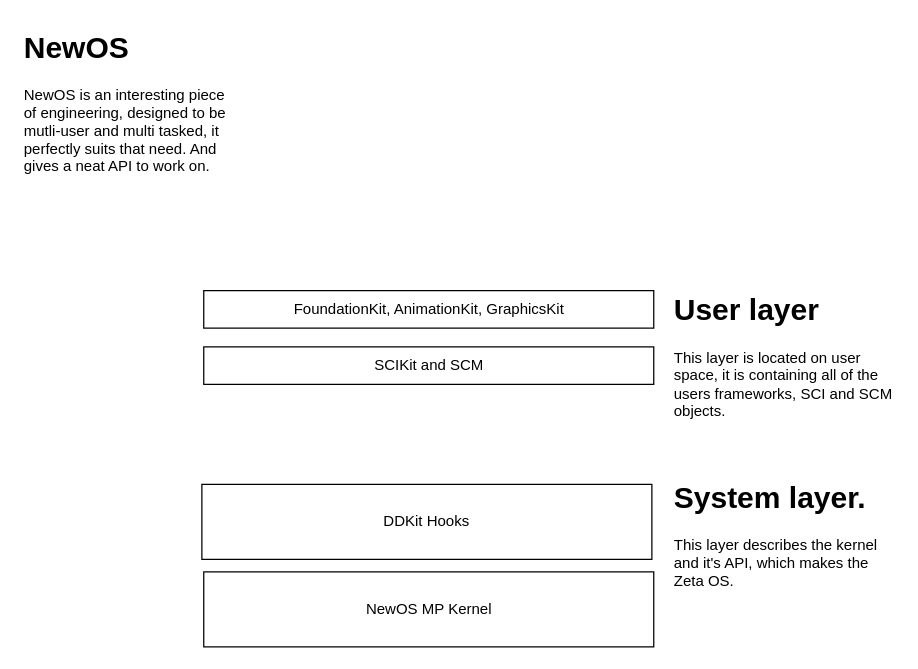
nekernel-org/nekernel keeps this draw.io diagram as Meta/OS-Design.drawio. Above is the earlier version. Source tidied: cells renumbered, new cells numbered last; positions are measured from the earlier drawing's top-left corner, leaving out a move shared by most shapes. Both pictures are drawn from the tidied source at 125%, with x=0, y=0 at pixel (21, 21).
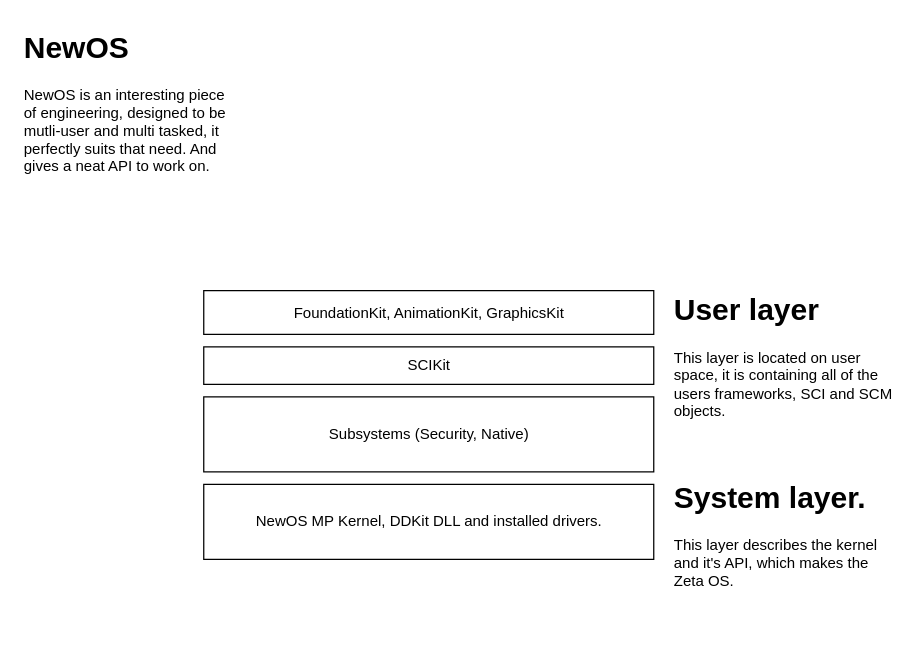
The same diagram, later.

The edit, as a diff of the source:
```diff
@@
 <mxGraphModel>
   <root>
     <mxCell id="0" />
     <mxCell id="1" parent="0" />
-    <mxCell id="2" value="DDKit Hooks" style="rounded=0;whiteSpace=wrap;html=1;" parent="1" vertex="1">
-      <mxGeometry x="144" y="370" width="360" height="60" as="geometry" />
-    </mxCell>
-    <mxCell id="3" value="SCIKit and SCM" style="rounded=0;whiteSpace=wrap;html=1;" parent="1" vertex="1">
+    <mxCell id="3" value="SCIKit" style="rounded=0;whiteSpace=wrap;html=1;" parent="1" vertex="1">
       <mxGeometry x="145.5" y="260" width="360" height="30" as="geometry" />
     </mxCell>
     <mxCell id="4" value="FoundationKit, AnimationKit, GraphicsKit" style="rounded=0;whiteSpace=wrap;html=1;" parent="1" vertex="1">
-      <mxGeometry x="145.5" y="215" width="360" height="30" as="geometry" />
+      <mxGeometry x="145.5" y="215" width="360" height="35" as="geometry" />
     </mxCell>
     <mxCell id="5" value="&lt;h1 style=&quot;margin-top: 0px;&quot;&gt;System layer.&lt;/h1&gt;&lt;p&gt;This layer describes the kernel and it's API, which makes the Zeta OS.&lt;/p&gt;" style="text;html=1;whiteSpace=wrap;overflow=hidden;rounded=0;" parent="1" vertex="1">
       <mxGeometry x="520" y="360" width="180" height="120" as="geometry" />
     </mxCell>
-    <mxCell id="6" value="NewOS MP Kernel" style="rounded=0;whiteSpace=wrap;html=1;" parent="1" vertex="1">
-      <mxGeometry x="145.5" y="440" width="360" height="60" as="geometry" />
+    <mxCell id="6" value="NewOS MP Kernel, DDKit&amp;nbsp;DLL and installed drivers." style="rounded=0;whiteSpace=wrap;html=1;" parent="1" vertex="1">
+      <mxGeometry x="145.5" y="370" width="360" height="60" as="geometry" />
     </mxCell>
     <mxCell id="7" value="&lt;h1 style=&quot;margin-top: 0px;&quot;&gt;User layer&lt;/h1&gt;&lt;div&gt;This layer is located on user space, it is containing all of the users frameworks, SCI and SCM objects.&lt;/div&gt;" style="text;html=1;whiteSpace=wrap;overflow=hidden;rounded=0;" parent="1" vertex="1">
       <mxGeometry x="520" y="210" width="180" height="120" as="geometry" />
     </mxCell>
     <mxCell id="8" value="&lt;h1 style=&quot;margin-top: 0px;&quot;&gt;NewOS&lt;/h1&gt;&lt;div&gt;NewOS is an interesting piece&lt;/div&gt;&lt;div&gt;of engineering, designed to be mutli-user and multi tasked, it perfectly suits that need. And gives a neat API to work on.&lt;/div&gt;" style="text;html=1;whiteSpace=wrap;overflow=hidden;rounded=0;" parent="1" vertex="1">
       <mxGeometry width="180" height="130" as="geometry" />
     </mxCell>
+    <mxCell id="9" value="Subsystems (Security, Native)" style="rounded=0;whiteSpace=wrap;html=1;" parent="1" vertex="1">
+      <mxGeometry x="145.5" y="300" width="360" height="60" as="geometry" />
+    </mxCell>
   </root>
 </mxGraphModel>
```
